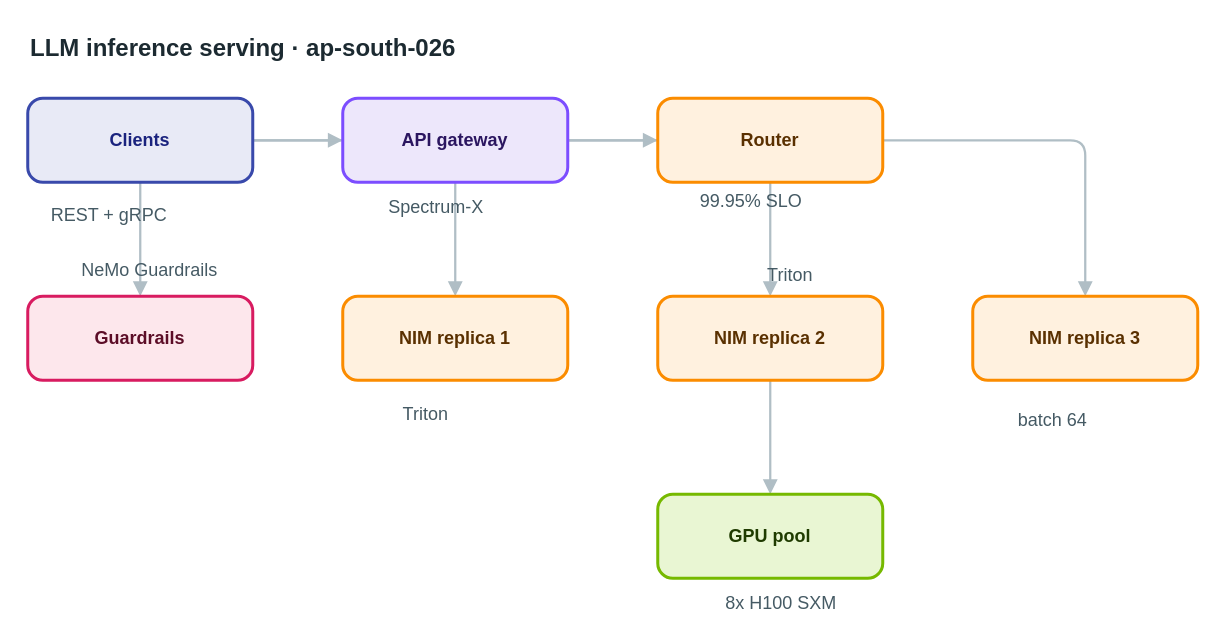
Before: apps/web/public/samples/library/026-llm-inference-serving.drawio in AryanG01/open-apprentice, a draw.io diagram. Source tidied: cells renumbered, new cells numbered last; positions are measured from the earlier drawing's top-left corner, leaving out a move shared by most shapes. Both pictures are drawn from the tidied source at 150%, with x=0, y=0 at pixel (27, 26).
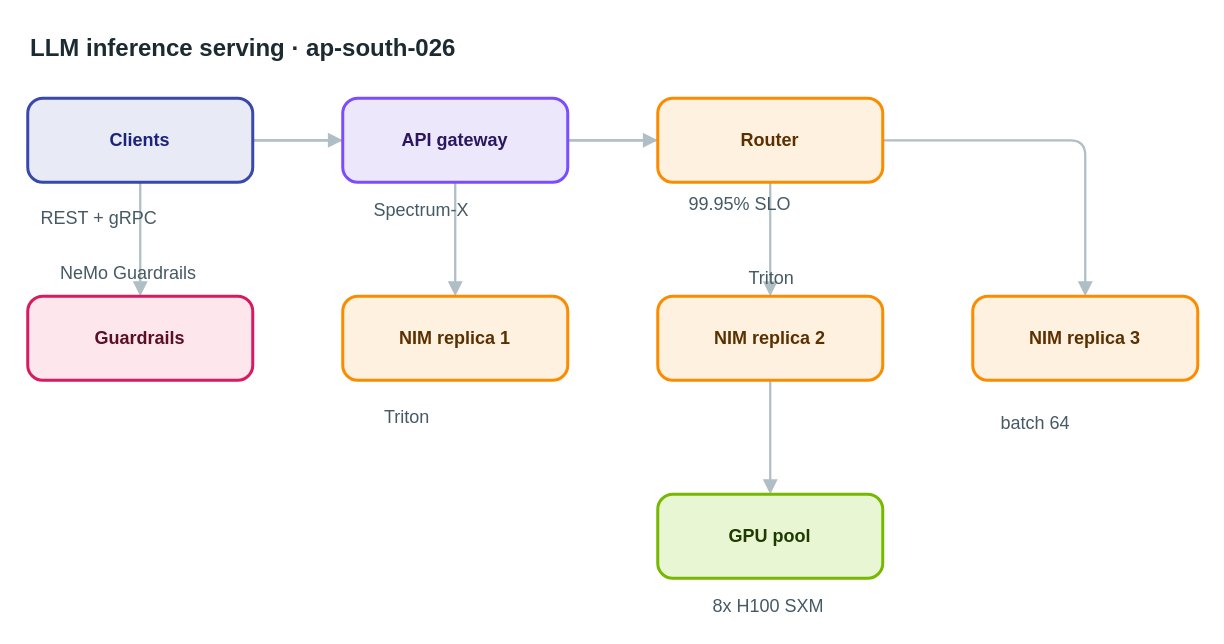
Above is the later version.

The edit, as a diff of the source:
```diff
@@
-    <mxCell id="18" value="REST + gRPC" style="text;html=1;align=center;verticalAlign=middle;whiteSpace=nowrap;strokeColor=none;fillColor=none;fontSize=12;fontColor=#455a64;" parent="1" vertex="1">
+    <mxCell id="18" value="REST + gRPC" style="text;html=1;align=left;verticalAlign=top;whiteSpace=nowrap;spacing=0;spacingTop=0;strokeColor=none;fillColor=none;fontSize=12;fontColor=#455a64;" parent="1" vertex="1">
       <mxGeometry x="9" y="116" width="89" height="20" as="geometry" />
     </mxCell>
-    <mxCell id="19" value="Spectrum-X" style="text;html=1;align=center;verticalAlign=middle;whiteSpace=nowrap;strokeColor=none;fillColor=none;fontSize=12;fontColor=#455a64;" parent="1" vertex="1">
+    <mxCell id="19" value="Spectrum-X" style="text;html=1;align=left;verticalAlign=top;whiteSpace=nowrap;spacing=0;spacingTop=0;strokeColor=none;fillColor=none;fontSize=12;fontColor=#455a64;" parent="1" vertex="1">
       <mxGeometry x="231" y="111" width="82" height="20" as="geometry" />
     </mxCell>
-    <mxCell id="20" value="99.95% SLO" style="text;html=1;align=center;verticalAlign=middle;whiteSpace=nowrap;strokeColor=none;fillColor=none;fontSize=12;fontColor=#455a64;" parent="1" vertex="1">
+    <mxCell id="20" value="99.95% SLO" style="text;html=1;align=left;verticalAlign=top;whiteSpace=nowrap;spacing=0;spacingTop=0;strokeColor=none;fillColor=none;fontSize=12;fontColor=#455a64;" parent="1" vertex="1">
       <mxGeometry x="441" y="107" width="82" height="20" as="geometry" />
     </mxCell>
-    <mxCell id="21" value="Triton" style="text;html=1;align=center;verticalAlign=middle;whiteSpace=nowrap;strokeColor=none;fillColor=none;fontSize=12;fontColor=#455a64;" parent="1" vertex="1">
+    <mxCell id="21" value="Triton" style="text;html=1;align=left;verticalAlign=top;whiteSpace=nowrap;spacing=0;spacingTop=0;strokeColor=none;fillColor=none;fontSize=12;fontColor=#455a64;" parent="1" vertex="1">
       <mxGeometry x="238" y="249" width="54" height="20" as="geometry" />
     </mxCell>
-    <mxCell id="22" value="Triton" style="text;html=1;align=center;verticalAlign=middle;whiteSpace=nowrap;strokeColor=none;fillColor=none;fontSize=12;fontColor=#455a64;" parent="1" vertex="1">
+    <mxCell id="22" value="Triton" style="text;html=1;align=left;verticalAlign=top;whiteSpace=nowrap;spacing=0;spacingTop=0;strokeColor=none;fillColor=none;fontSize=12;fontColor=#455a64;" parent="1" vertex="1">
       <mxGeometry x="481" y="156" width="54" height="20" as="geometry" />
     </mxCell>
-    <mxCell id="23" value="batch 64" style="text;html=1;align=center;verticalAlign=middle;whiteSpace=nowrap;strokeColor=none;fillColor=none;fontSize=12;fontColor=#455a64;" parent="1" vertex="1">
+    <mxCell id="23" value="batch 64" style="text;html=1;align=left;verticalAlign=top;whiteSpace=nowrap;spacing=0;spacingTop=0;strokeColor=none;fillColor=none;fontSize=12;fontColor=#455a64;" parent="1" vertex="1">
       <mxGeometry x="649" y="253" width="68" height="20" as="geometry" />
     </mxCell>
-    <mxCell id="24" value="8x H100 SXM" style="text;html=1;align=center;verticalAlign=middle;whiteSpace=nowrap;strokeColor=none;fillColor=none;fontSize=12;fontColor=#455a64;" parent="1" vertex="1">
+    <mxCell id="24" value="8x H100 SXM" style="text;html=1;align=left;verticalAlign=top;whiteSpace=nowrap;spacing=0;spacingTop=0;strokeColor=none;fillColor=none;fontSize=12;fontColor=#455a64;" parent="1" vertex="1">
       <mxGeometry x="457" y="375" width="89" height="20" as="geometry" />
     </mxCell>
-    <mxCell id="25" value="NeMo Guardrails" style="text;html=1;align=center;verticalAlign=middle;whiteSpace=nowrap;strokeColor=none;fillColor=none;fontSize=12;fontColor=#455a64;" parent="1" vertex="1">
+    <mxCell id="25" value="NeMo Guardrails" style="text;html=1;align=left;verticalAlign=top;whiteSpace=nowrap;spacing=0;spacingTop=0;strokeColor=none;fillColor=none;fontSize=12;fontColor=#455a64;" parent="1" vertex="1">
       <mxGeometry x="22" y="153" width="117" height="20" as="geometry" />
     </mxCell>
```
